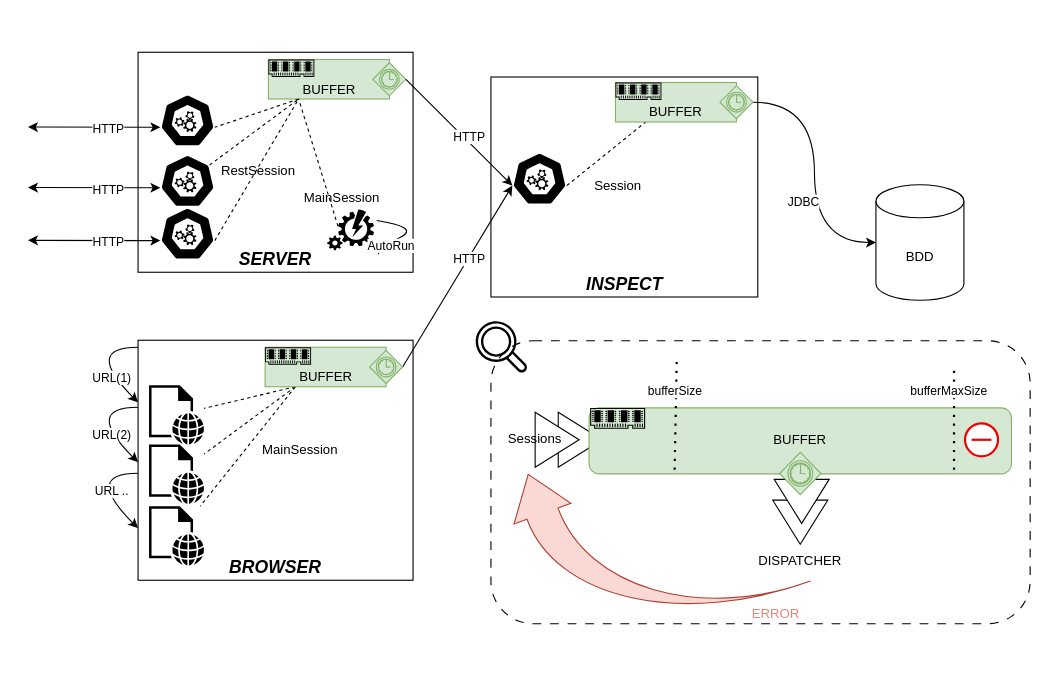
Earlier version of the draw.io diagram page "buffer" (4 of 4) of doc/diagram/Diagramme sans nom.drawio (oneteme/inspect-core). Source tidied: cells renumbered, new cells numbered last; positions are measured from the earlier drawing's top-left corner, leaving out a move shared by most shapes. Both pictures are drawn from the tidied source at 110%, with x=0, y=0 at pixel (28, 52).
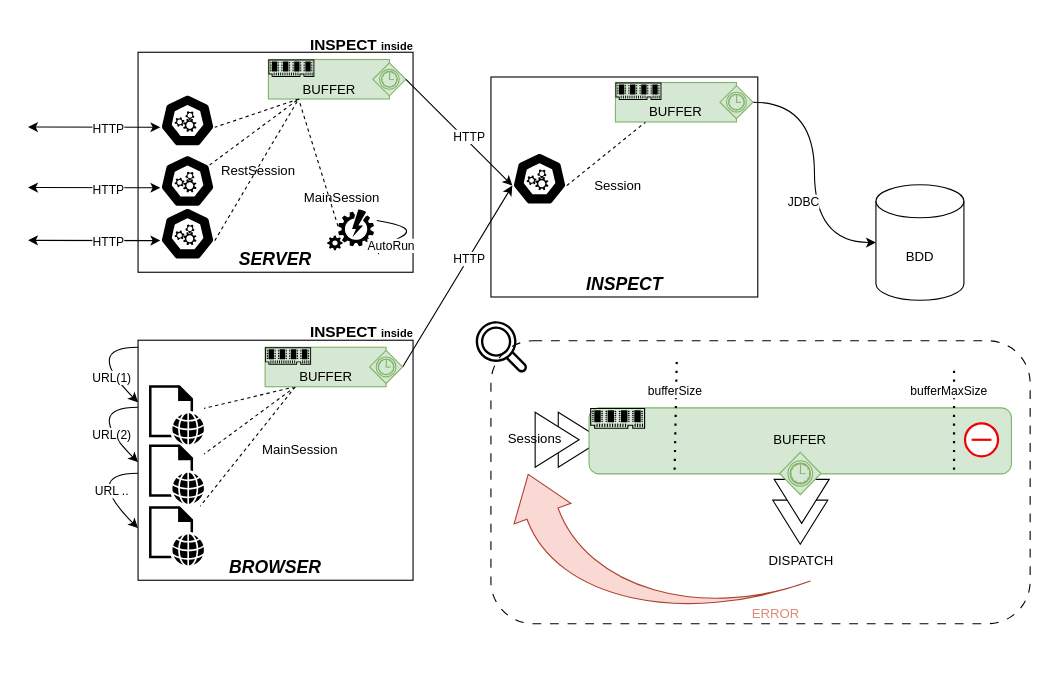
The same diagram, later.

Change to the diagram source:
```diff
@@
-    <mxCell id="60" value="DISPATCHER" style="text;html=1;align=center;verticalAlign=middle;whiteSpace=wrap;rounded=0;" parent="1" vertex="1">
-      <mxGeometry x="657" y="452.2" width="90" height="21.9" as="geometry" />
+    <mxCell id="60" value="DISPATCH" style="text;html=1;align=center;verticalAlign=middle;whiteSpace=wrap;rounded=0;" parent="1" vertex="1">
+      <mxGeometry x="661.2" y="452.2" width="84" height="21.9" as="geometry" />
     </mxCell>
@@
+    <mxCell id="73" value="&lt;font style=&quot;font-size: 14px;&quot;&gt;INSPECT &lt;/font&gt;&lt;font style=&quot;font-size: 10px;&quot;&gt;inside&lt;/font&gt;" style="text;strokeColor=none;fillColor=none;html=1;fontSize=24;fontStyle=1;verticalAlign=middle;align=center;fontColor=default;" parent="1" vertex="1">
+      <mxGeometry x="237.5" y="-30.4" width="130" height="40" as="geometry" />
+    </mxCell>
+    <mxCell id="74" value="&lt;font style=&quot;font-size: 14px;&quot;&gt;INSPECT &lt;/font&gt;&lt;font style=&quot;font-size: 10px;&quot;&gt;inside&lt;/font&gt;" style="text;strokeColor=none;fillColor=none;html=1;fontSize=24;fontStyle=1;verticalAlign=middle;align=center;fontColor=default;" parent="1" vertex="1">
+      <mxGeometry x="237.5" y="231.1" width="130" height="40" as="geometry" />
+    </mxCell>
```
